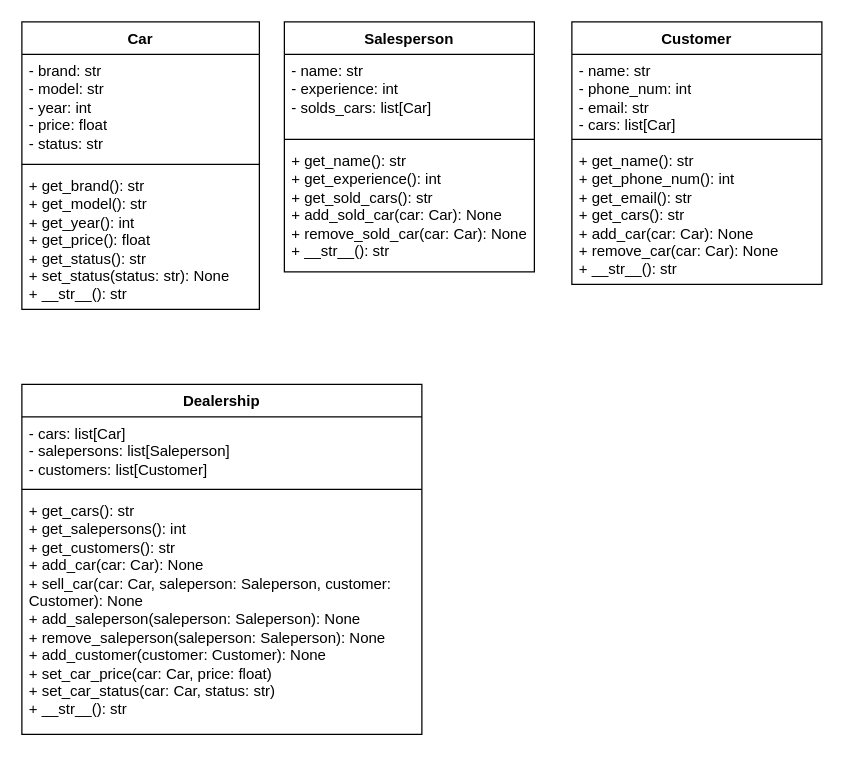
Before: hw_4/task_3/task_3_uml.drawio in krishtalevia/oop_practices, a draw.io diagram. Source tidied: cells renumbered, new cells numbered last; positions are measured from the earlier drawing's top-left corner, leaving out a move shared by most shapes. Both pictures are drawn from the tidied source at 125%, with x=0, y=0 at pixel (21, 21).
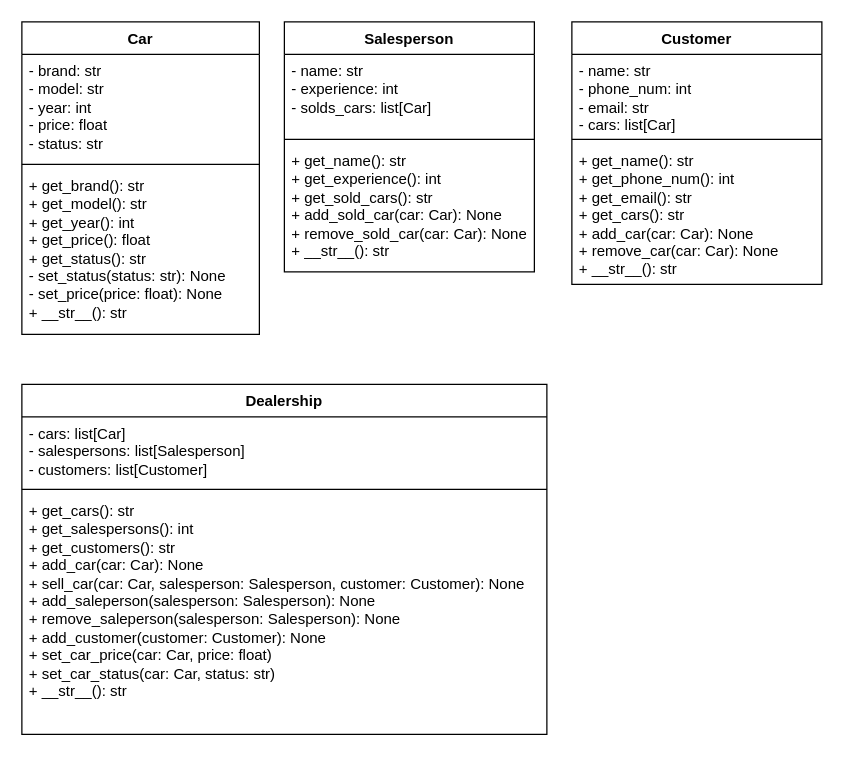
Above is the later version.

Change to the diagram source:
```diff
@@
 <mxGraphModel>
   <root>
     <mxCell id="0" />
     <mxCell id="1" parent="0" />
     <mxCell id="2" value="Car" style="swimlane;fontStyle=1;align=center;verticalAlign=top;horizontal=1;startSize=26;whiteSpace=wrap;html=1;" parent="1" vertex="1">
-      <mxGeometry width="190" height="230" as="geometry" />
+      <mxGeometry width="190" height="250" as="geometry" />
     </mxCell>
     <mxCell id="3" value="- brand: str&lt;div&gt;- model: str&lt;/div&gt;&lt;div&gt;- year: int&lt;/div&gt;&lt;div&gt;- price: float&lt;/div&gt;&lt;div&gt;- status: str&lt;/div&gt;" style="text;strokeColor=none;fillColor=none;align=left;verticalAlign=top;spacingLeft=4;spacingRight=4;overflow=hidden;whiteSpace=wrap;html=1;" parent="2" vertex="1">
       <mxGeometry y="26" width="190" height="84" as="geometry" />
     </mxCell>
     <mxCell id="4" style="line;strokeWidth=1;fillColor=none;align=left;verticalAlign=middle;spacingTop=-1;spacingLeft=3;spacingRight=3;labelPosition=right;strokeColor=inherit;" parent="2" vertex="1">
       <mxGeometry y="110" width="190" height="8" as="geometry" />
     </mxCell>
-    <mxCell id="5" value="+ get_brand(): str&lt;div&gt;+ get_model(): str&lt;/div&gt;&lt;div&gt;+ get_year(): int&lt;/div&gt;&lt;div&gt;+ get_price(): float&lt;/div&gt;&lt;div&gt;+ get_status(): str&lt;/div&gt;&lt;div&gt;+ set_status(status: str): None&lt;br&gt;+ __str__(): str&lt;/div&gt;" style="text;strokeColor=none;fillColor=none;align=left;verticalAlign=top;spacingLeft=4;spacingRight=4;overflow=hidden;whiteSpace=wrap;html=1;" parent="2" vertex="1">
-      <mxGeometry y="118" width="190" height="112" as="geometry" />
+    <mxCell id="5" value="+ get_brand(): str&lt;div&gt;+ get_model(): str&lt;/div&gt;&lt;div&gt;+ get_year(): int&lt;/div&gt;&lt;div&gt;+ get_price(): float&lt;/div&gt;&lt;div&gt;+ get_status(): str&lt;/div&gt;&lt;div&gt;- set_status(status: str): None&lt;/div&gt;&lt;div&gt;- set_price(price: float): None&lt;br&gt;+ __str__(): str&lt;/div&gt;" style="text;strokeColor=none;fillColor=none;align=left;verticalAlign=top;spacingLeft=4;spacingRight=4;overflow=hidden;whiteSpace=wrap;html=1;" parent="2" vertex="1">
+      <mxGeometry y="118" width="190" height="132" as="geometry" />
     </mxCell>
     <mxCell id="6" value="Salesperson" style="swimlane;fontStyle=1;align=center;verticalAlign=top;horizontal=1;startSize=26;whiteSpace=wrap;html=1;" parent="1" vertex="1">
       <mxGeometry x="210" width="200" height="200" as="geometry" />
     </mxCell>
     <mxCell id="7" value="- name: str&lt;div&gt;- experience: int&lt;/div&gt;&lt;div&gt;- solds_cars: list[Car]&lt;/div&gt;" style="text;strokeColor=none;fillColor=none;align=left;verticalAlign=top;spacingLeft=4;spacingRight=4;overflow=hidden;whiteSpace=wrap;html=1;" parent="6" vertex="1">
       <mxGeometry y="26" width="200" height="64" as="geometry" />
     </mxCell>
     <mxCell id="8" style="line;strokeWidth=1;fillColor=none;align=left;verticalAlign=middle;spacingTop=-1;spacingLeft=3;spacingRight=3;labelPosition=right;strokeColor=inherit;" parent="6" vertex="1">
       <mxGeometry y="90" width="200" height="8" as="geometry" />
     </mxCell>
     <mxCell id="9" value="+ get_name(): str&lt;div&gt;+ get_experience(): int&lt;/div&gt;&lt;div&gt;+ get_sold_cars(): str&lt;/div&gt;&lt;div&gt;+ add_sold_car(car: Car): None&lt;/div&gt;&lt;div&gt;+ remove_sold_car(car: Car): None&lt;br&gt;+ __str__(): str&lt;/div&gt;" style="text;strokeColor=none;fillColor=none;align=left;verticalAlign=top;spacingLeft=4;spacingRight=4;overflow=hidden;whiteSpace=wrap;html=1;" parent="6" vertex="1">
       <mxGeometry y="98" width="200" height="102" as="geometry" />
     </mxCell>
     <mxCell id="10" value="Customer" style="swimlane;fontStyle=1;align=center;verticalAlign=top;horizontal=1;startSize=26;whiteSpace=wrap;html=1;" parent="1" vertex="1">
       <mxGeometry x="440" width="200" height="210" as="geometry" />
     </mxCell>
     <mxCell id="11" value="- name: str&lt;div&gt;- phone_num: int&lt;/div&gt;&lt;div&gt;- email: str&lt;/div&gt;&lt;div&gt;- cars: list[Car]&lt;/div&gt;" style="text;strokeColor=none;fillColor=none;align=left;verticalAlign=top;spacingLeft=4;spacingRight=4;overflow=hidden;whiteSpace=wrap;html=1;" parent="10" vertex="1">
       <mxGeometry y="26" width="200" height="64" as="geometry" />
     </mxCell>
     <mxCell id="12" style="line;strokeWidth=1;fillColor=none;align=left;verticalAlign=middle;spacingTop=-1;spacingLeft=3;spacingRight=3;labelPosition=right;strokeColor=inherit;" parent="10" vertex="1">
       <mxGeometry y="90" width="200" height="8" as="geometry" />
     </mxCell>
     <mxCell id="13" value="+ get_name(): str&lt;div&gt;+ get_phone_num(): int&lt;/div&gt;&lt;div&gt;+ get_email(): str&lt;/div&gt;&lt;div&gt;+ get_cars(): str&lt;/div&gt;&lt;div&gt;+ add_car(car: Car): None&lt;/div&gt;&lt;div&gt;+ remove_car(car: Car): None&lt;br&gt;+ __str__(): str&lt;/div&gt;" style="text;strokeColor=none;fillColor=none;align=left;verticalAlign=top;spacingLeft=4;spacingRight=4;overflow=hidden;whiteSpace=wrap;html=1;" parent="10" vertex="1">
       <mxGeometry y="98" width="200" height="112" as="geometry" />
     </mxCell>
     <mxCell id="14" value="Dealership" style="swimlane;fontStyle=1;align=center;verticalAlign=top;horizontal=1;startSize=26;whiteSpace=wrap;html=1;" parent="1" vertex="1">
-      <mxGeometry y="290" width="320" height="280" as="geometry" />
+      <mxGeometry y="290" width="420" height="280" as="geometry" />
     </mxCell>
-    <mxCell id="15" value="- cars: list[Car]&lt;div&gt;- salepersons: list[Saleperson]&lt;/div&gt;&lt;div&gt;- customers: list[Customer]&lt;/div&gt;" style="text;strokeColor=none;fillColor=none;align=left;verticalAlign=top;spacingLeft=4;spacingRight=4;overflow=hidden;whiteSpace=wrap;html=1;" parent="14" vertex="1">
-      <mxGeometry y="26" width="320" height="54" as="geometry" />
+    <mxCell id="15" value="- cars: list[Car]&lt;div&gt;- salespersons: list[Salesperson]&lt;/div&gt;&lt;div&gt;- customers: list[Customer]&lt;/div&gt;" style="text;strokeColor=none;fillColor=none;align=left;verticalAlign=top;spacingLeft=4;spacingRight=4;overflow=hidden;whiteSpace=wrap;html=1;" parent="14" vertex="1">
+      <mxGeometry y="26" width="420" height="54" as="geometry" />
     </mxCell>
     <mxCell id="16" style="line;strokeWidth=1;fillColor=none;align=left;verticalAlign=middle;spacingTop=-1;spacingLeft=3;spacingRight=3;labelPosition=right;strokeColor=inherit;" parent="14" vertex="1">
-      <mxGeometry y="80" width="320" height="8" as="geometry" />
+      <mxGeometry y="80" width="420" height="8" as="geometry" />
     </mxCell>
-    <mxCell id="17" value="+ get_cars(): str&lt;div&gt;+ get_salepersons(): int&lt;/div&gt;&lt;div&gt;+ get_customers(): str&lt;/div&gt;&lt;div&gt;+ add_car(car: Car): None&lt;/div&gt;&lt;div&gt;+ sell_car(car: Car, saleperson: Saleperson, customer: Customer): None&lt;/div&gt;&lt;div&gt;+ add_saleperson(saleperson: Saleperson): None&lt;/div&gt;&lt;div&gt;+ remove_saleperson(saleperson: Saleperson): None&lt;/div&gt;&lt;div&gt;+ add_customer(customer: Customer): None&lt;/div&gt;&lt;div&gt;+ set_car_price(car: Car, price: float)&lt;/div&gt;&lt;div&gt;+ set_car_status(car: Car, status: str)&lt;/div&gt;&lt;div&gt;+ __str__(): str&lt;/div&gt;" style="text;strokeColor=none;fillColor=none;align=left;verticalAlign=top;spacingLeft=4;spacingRight=4;overflow=hidden;whiteSpace=wrap;html=1;" parent="14" vertex="1">
-      <mxGeometry y="88" width="320" height="192" as="geometry" />
+    <mxCell id="17" value="+ get_cars(): str&lt;div&gt;+ get_salespersons(): int&lt;/div&gt;&lt;div&gt;+ get_customers(): str&lt;/div&gt;&lt;div&gt;+ add_car(car: Car): None&lt;/div&gt;&lt;div&gt;+ sell_car(car: Car, salesperson: Salesperson, customer: Customer): None&lt;/div&gt;&lt;div&gt;+ add_saleperson(salesperson: Salesperson): None&lt;/div&gt;&lt;div&gt;+ remove_saleperson(salesperson: Salesperson): None&lt;/div&gt;&lt;div&gt;+ add_customer(customer: Customer): None&lt;/div&gt;&lt;div&gt;+ set_car_price(car: Car, price: float)&lt;/div&gt;&lt;div&gt;+ set_car_status(car: Car, status: str)&lt;/div&gt;&lt;div&gt;+ __str__(): str&lt;/div&gt;" style="text;strokeColor=none;fillColor=none;align=left;verticalAlign=top;spacingLeft=4;spacingRight=4;overflow=hidden;whiteSpace=wrap;html=1;" parent="14" vertex="1">
+      <mxGeometry y="88" width="420" height="192" as="geometry" />
     </mxCell>
   </root>
 </mxGraphModel>
```
